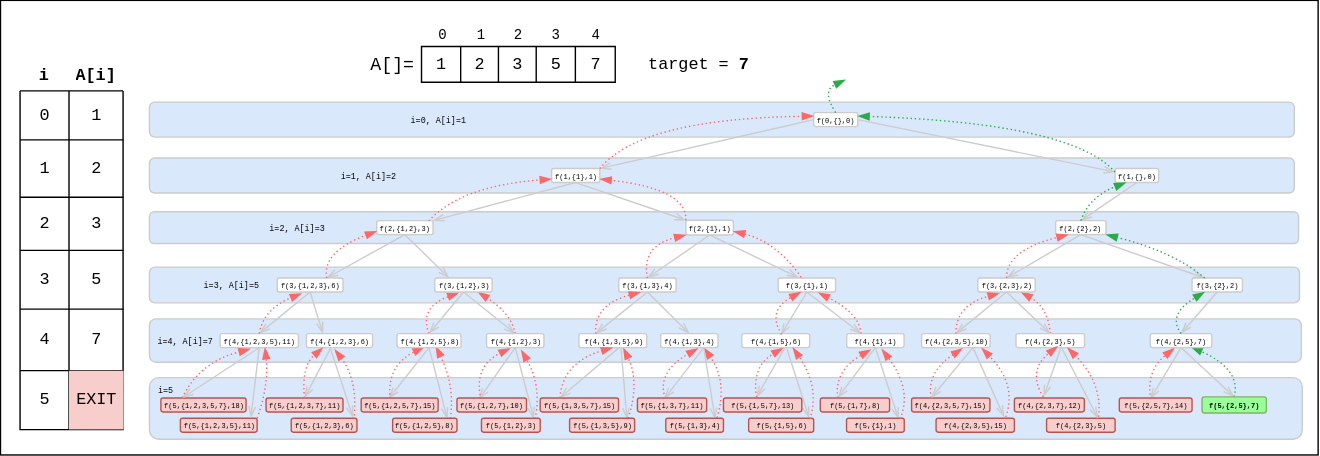
Before: public/diagrams/recursion-subequences-any-one.svg, a diagram exported from draw.io (datkumar/code-journal). Source tidied: cells renumbered, new cells last; positions are measured from the earlier drawing's top-left corner, leaving out a move shared by most shapes.
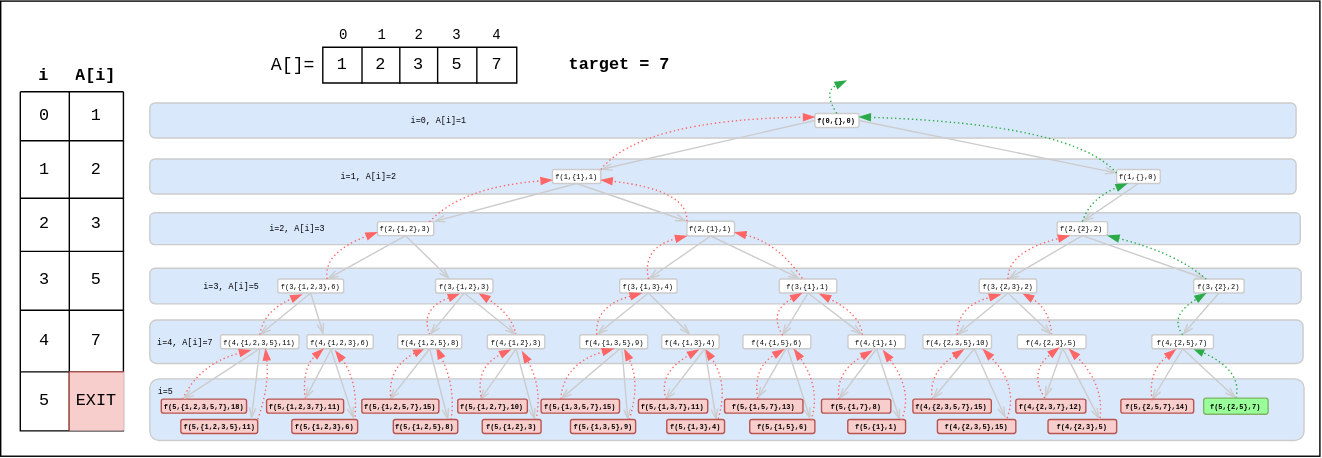
The same diagram one commit later.

The edit, as a diff of the source:
```diff
@@ -19,3 +19,3 @@
     </mxCell>
-    <mxCell id="7" value="f(0,{},0)" style="rounded=1;whiteSpace=wrap;html=1;fontFamily=monospace;fontSize=5;fontStyle=0;align=center;horizontal=1;verticalAlign=middle;strokeWidth=1;strokeColor=#CCCCCC;fontColor=light-dark(#000000,#000000);" parent="1" vertex="1">
+    <mxCell id="7" value="f(0,{},0)" style="rounded=1;whiteSpace=wrap;html=1;fontFamily=monospace;fontSize=5;fontStyle=1;align=center;horizontal=1;verticalAlign=middle;strokeWidth=1;strokeColor=#CCCCCC;fontColor=light-dark(#000000,#000000);" parent="1" vertex="1">
       <mxGeometry x="581.4" y="80.5" width="31.5" height="10" as="geometry" />
@@ -35,3 +35,3 @@
     <mxCell id="12" value="A[]=" style="text;html=1;align=center;verticalAlign=middle;whiteSpace=wrap;rounded=0;fontFamily=monospace;fontSize=13;fontColor=light-dark(#000000,#000000);" parent="1" vertex="1">
-      <mxGeometry x="260" y="35" width="40" height="22" as="geometry" />
+      <mxGeometry x="189" y="35" width="40" height="22" as="geometry" />
     </mxCell>
@@ -65,3 +65,3 @@
     <mxCell id="22" style="shape=table;startSize=0;fontFamily=monospace;verticalAlign=middle;align=center;fontColor=light-dark(#000000,#000000);" parent="1" vertex="1">
-      <mxGeometry x="301" y="33.2" width="138.5" height="25.5" as="geometry" />
+      <mxGeometry x="230" y="33.2" width="138.5" height="25.5" as="geometry" />
     </mxCell>
@@ -86,3 +86,3 @@
     <mxCell id="29" style="shape=table;startSize=0;strokeColor=none;fontFamily=monospace;fontSize=10;verticalAlign=middle;align=center;fontColor=light-dark(#000000,#000000);" parent="1" vertex="1">
-      <mxGeometry x="301.5" y="17" width="138" height="14" as="geometry" />
+      <mxGeometry x="230.5" y="17" width="138" height="14" as="geometry" />
     </mxCell>
@@ -106,4 +106,4 @@
     </mxCell>
-    <mxCell id="36" value="target = &lt;b&gt;7&lt;/b&gt;" style="text;html=1;align=center;verticalAlign=middle;whiteSpace=wrap;rounded=0;fontFamily=monospace;fontSize=12;fontColor=light-dark(#000000,#000000);" parent="1" vertex="1">
-      <mxGeometry x="453" y="35" width="92.2" height="22" as="geometry" />
+    <mxCell id="36" value="target = &lt;span&gt;7&lt;/span&gt;" style="text;html=1;align=center;verticalAlign=middle;whiteSpace=wrap;rounded=0;fontFamily=monospace;fontSize=12;fontColor=light-dark(#000000,#000000);fontStyle=1;" parent="1" vertex="1">
+      <mxGeometry x="396" y="35" width="92.2" height="22" as="geometry" />
     </mxCell>
@@ -130,6 +130,6 @@
     </mxCell>
-    <mxCell id="44" value="f(5,{1,2,3,5,7},18)" style="rounded=1;whiteSpace=wrap;html=1;fontFamily=monospace;fontSize=5;fontStyle=0;align=center;horizontal=1;verticalAlign=middle;strokeWidth=1;strokeColor=#b85450;fillColor=light-dark(#F8CECC,#F8CECC);fillStyle=solid;fontColor=light-dark(#000000,#000000);" parent="1" vertex="1">
+    <mxCell id="44" value="f(5,{1,2,3,5,7},18)" style="rounded=1;whiteSpace=wrap;html=1;fontFamily=monospace;fontSize=5;fontStyle=1;align=center;horizontal=1;verticalAlign=middle;strokeWidth=1;strokeColor=#b85450;fillColor=light-dark(#F8CECC,#F8CECC);fillStyle=solid;fontColor=light-dark(#000000,#000000);" parent="1" vertex="1">
       <mxGeometry x="114.7" y="284.5" width="60.9" height="10" as="geometry" />
     </mxCell>
-    <mxCell id="45" value="f(5,{1,2,3,5},11)" style="rounded=1;whiteSpace=wrap;html=1;fontFamily=monospace;fontSize=5;fontStyle=0;align=center;horizontal=1;verticalAlign=middle;strokeWidth=1;strokeColor=#b85450;fillColor=light-dark(#F8CECC,#F8CECC);fillStyle=solid;fontColor=light-dark(#000000,#000000);" parent="1" vertex="1">
+    <mxCell id="45" value="f(5,{1,2,3,5},11)" style="rounded=1;whiteSpace=wrap;html=1;fontFamily=monospace;fontSize=5;fontStyle=1;align=center;horizontal=1;verticalAlign=middle;strokeWidth=1;strokeColor=#b85450;fillColor=light-dark(#F8CECC,#F8CECC);fillStyle=solid;fontColor=light-dark(#000000,#000000);" parent="1" vertex="1">
       <mxGeometry x="128.6" y="299" width="54.9" height="10" as="geometry" />
@@ -139,3 +139,3 @@
     </mxCell>
-    <mxCell id="47" value="f(5,{1,2,3,7},11)" style="rounded=1;whiteSpace=wrap;html=1;fontFamily=monospace;fontSize=5;fontStyle=0;align=center;horizontal=1;verticalAlign=middle;strokeWidth=1;strokeColor=#b85450;fillColor=light-dark(#F8CECC,#F8CECC);fillStyle=solid;fontColor=light-dark(#000000,#000000);" parent="1" vertex="1">
+    <mxCell id="47" value="f(5,{1,2,3,7},11)" style="rounded=1;whiteSpace=wrap;html=1;fontFamily=monospace;fontSize=5;fontStyle=1;align=center;horizontal=1;verticalAlign=middle;strokeWidth=1;strokeColor=#b85450;fillColor=light-dark(#F8CECC,#F8CECC);fillStyle=solid;fontColor=light-dark(#000000,#000000);" parent="1" vertex="1">
       <mxGeometry x="189.9" y="284.5" width="55" height="10" as="geometry" />
@@ -163,3 +163,3 @@
     </mxCell>
-    <mxCell id="55" value="f(5,{1,2,3},6)" style="rounded=1;whiteSpace=wrap;html=1;fontFamily=monospace;fontSize=5;fontStyle=0;align=center;horizontal=1;verticalAlign=middle;strokeWidth=1;strokeColor=#b85450;fillColor=light-dark(#F8CECC,#F8CECC);fillStyle=solid;fontColor=light-dark(#000000,#000000);" parent="1" vertex="1">
+    <mxCell id="55" value="f(5,{1,2,3},6)" style="rounded=1;whiteSpace=wrap;html=1;fontFamily=monospace;fontSize=5;fontStyle=1;align=center;horizontal=1;verticalAlign=middle;strokeWidth=1;strokeColor=#b85450;fillColor=light-dark(#F8CECC,#F8CECC);fillStyle=solid;fontColor=light-dark(#000000,#000000);" parent="1" vertex="1">
       <mxGeometry x="207.9" y="299" width="47" height="10" as="geometry" />
@@ -323,6 +323,6 @@
     </mxCell>
-    <mxCell id="84" value="f(5,{1,2,5,7},15)" style="rounded=1;whiteSpace=wrap;html=1;fontFamily=monospace;fontSize=5;fontStyle=0;align=center;horizontal=1;verticalAlign=middle;strokeWidth=1;strokeColor=#b85450;fillColor=light-dark(#F8CECC,#F8CECC);fillStyle=solid;fontColor=light-dark(#000000,#000000);" parent="1" vertex="1">
+    <mxCell id="84" value="f(5,{1,2,5,7},15)" style="rounded=1;whiteSpace=wrap;html=1;fontFamily=monospace;fontSize=5;fontStyle=1;align=center;horizontal=1;verticalAlign=middle;strokeWidth=1;strokeColor=#b85450;fillColor=light-dark(#F8CECC,#F8CECC);fillStyle=solid;fontColor=light-dark(#000000,#000000);" parent="1" vertex="1">
       <mxGeometry x="257.9" y="284.5" width="55" height="10" as="geometry" />
     </mxCell>
-    <mxCell id="85" value="f(5,{1,2,5},8)" style="rounded=1;whiteSpace=wrap;html=1;fontFamily=monospace;fontSize=5;fontStyle=0;align=center;horizontal=1;verticalAlign=middle;strokeWidth=1;strokeColor=#b85450;fillColor=light-dark(#F8CECC,#F8CECC);fillStyle=solid;fontColor=light-dark(#000000,#000000);" parent="1" vertex="1">
+    <mxCell id="85" value="f(5,{1,2,5},8)" style="rounded=1;whiteSpace=wrap;html=1;fontFamily=monospace;fontSize=5;fontStyle=1;align=center;horizontal=1;verticalAlign=middle;strokeWidth=1;strokeColor=#b85450;fillColor=light-dark(#F8CECC,#F8CECC);fillStyle=solid;fontColor=light-dark(#000000,#000000);" parent="1" vertex="1">
       <mxGeometry x="280.4" y="299" width="46" height="10" as="geometry" />
@@ -332,6 +332,6 @@
     </mxCell>
-    <mxCell id="87" value="f(5,{1,2,7},10)" style="rounded=1;whiteSpace=wrap;html=1;fontFamily=monospace;fontSize=5;fontStyle=0;align=center;horizontal=1;verticalAlign=middle;strokeWidth=1;strokeColor=#b85450;fillColor=light-dark(#F8CECC,#F8CECC);fillStyle=solid;fontColor=light-dark(#000000,#000000);" parent="1" vertex="1">
+    <mxCell id="87" value="f(5,{1,2,7},10)" style="rounded=1;whiteSpace=wrap;html=1;fontFamily=monospace;fontSize=5;fontStyle=1;align=center;horizontal=1;verticalAlign=middle;strokeWidth=1;strokeColor=#b85450;fillColor=light-dark(#F8CECC,#F8CECC);fillStyle=solid;fontColor=light-dark(#000000,#000000);" parent="1" vertex="1">
       <mxGeometry x="326.4" y="284.5" width="49.7" height="10" as="geometry" />
     </mxCell>
-    <mxCell id="88" value="f(5,{1,2},3)" style="rounded=1;whiteSpace=wrap;html=1;fontFamily=monospace;fontSize=5;fontStyle=0;align=center;horizontal=1;verticalAlign=middle;strokeWidth=1;strokeColor=#b85450;fillColor=light-dark(#F8CECC,#F8CECC);fillStyle=solid;fontColor=light-dark(#000000,#000000);" parent="1" vertex="1">
+    <mxCell id="88" value="f(5,{1,2},3)" style="rounded=1;whiteSpace=wrap;html=1;fontFamily=monospace;fontSize=5;fontStyle=1;align=center;horizontal=1;verticalAlign=middle;strokeWidth=1;strokeColor=#b85450;fillColor=light-dark(#F8CECC,#F8CECC);fillStyle=solid;fontColor=light-dark(#000000,#000000);" parent="1" vertex="1">
       <mxGeometry x="343.9" y="299" width="42" height="10" as="geometry" />
@@ -365,6 +365,6 @@
     </mxCell>
-    <mxCell id="98" value="f(5,{1,3,5},9)" style="rounded=1;whiteSpace=wrap;html=1;fontFamily=monospace;fontSize=5;fontStyle=0;align=center;horizontal=1;verticalAlign=middle;strokeWidth=1;strokeColor=#b85450;fillColor=light-dark(#F8CECC,#F8CECC);fillStyle=solid;fontColor=light-dark(#000000,#000000);" parent="1" vertex="1">
+    <mxCell id="98" value="f(5,{1,3,5},9)" style="rounded=1;whiteSpace=wrap;html=1;fontFamily=monospace;fontSize=5;fontStyle=1;align=center;horizontal=1;verticalAlign=middle;strokeWidth=1;strokeColor=#b85450;fillColor=light-dark(#F8CECC,#F8CECC);fillStyle=solid;fontColor=light-dark(#000000,#000000);" parent="1" vertex="1">
       <mxGeometry x="406.9" y="299" width="46.5" height="10" as="geometry" />
     </mxCell>
-    <mxCell id="99" value="f(5,{1,3,5,7},15)" style="rounded=1;whiteSpace=wrap;html=1;fontFamily=monospace;fontSize=5;fontStyle=0;align=center;horizontal=1;verticalAlign=middle;strokeWidth=1;strokeColor=#b85450;fillColor=light-dark(#F8CECC,#F8CECC);fillStyle=solid;fontColor=light-dark(#000000,#000000);" parent="1" vertex="1">
+    <mxCell id="99" value="f(5,{1,3,5,7},15)" style="rounded=1;whiteSpace=wrap;html=1;fontFamily=monospace;fontSize=5;fontStyle=1;align=center;horizontal=1;verticalAlign=middle;strokeWidth=1;strokeColor=#b85450;fillColor=light-dark(#F8CECC,#F8CECC);fillStyle=solid;fontColor=light-dark(#000000,#000000);" parent="1" vertex="1">
       <mxGeometry x="385.9" y="284.5" width="56" height="10" as="geometry" />
@@ -374,6 +374,6 @@
     </mxCell>
-    <mxCell id="101" value="f(5,{1,3,7},11)" style="rounded=1;whiteSpace=wrap;html=1;fontFamily=monospace;fontSize=5;fontStyle=0;align=center;horizontal=1;verticalAlign=middle;strokeWidth=1;strokeColor=#b85450;fillColor=light-dark(#F8CECC,#F8CECC);fillStyle=solid;fontColor=light-dark(#000000,#000000);" parent="1" vertex="1">
+    <mxCell id="101" value="f(5,{1,3,7},11)" style="rounded=1;whiteSpace=wrap;html=1;fontFamily=monospace;fontSize=5;fontStyle=1;align=center;horizontal=1;verticalAlign=middle;strokeWidth=1;strokeColor=#b85450;fillColor=light-dark(#F8CECC,#F8CECC);fillStyle=solid;fontColor=light-dark(#000000,#000000);" parent="1" vertex="1">
       <mxGeometry x="455.4" y="284.5" width="49.5" height="10" as="geometry" />
     </mxCell>
-    <mxCell id="102" value="f(5,{1,3},4)" style="rounded=1;whiteSpace=wrap;html=1;fontFamily=monospace;fontSize=5;fontStyle=0;align=center;horizontal=1;verticalAlign=middle;strokeWidth=1;strokeColor=#b85450;fillColor=light-dark(#F8CECC,#F8CECC);fillStyle=solid;fontColor=light-dark(#000000,#000000);" parent="1" vertex="1">
+    <mxCell id="102" value="f(5,{1,3},4)" style="rounded=1;whiteSpace=wrap;html=1;fontFamily=monospace;fontSize=5;fontStyle=1;align=center;horizontal=1;verticalAlign=middle;strokeWidth=1;strokeColor=#b85450;fillColor=light-dark(#F8CECC,#F8CECC);fillStyle=solid;fontColor=light-dark(#000000,#000000);" parent="1" vertex="1">
       <mxGeometry x="475.6" y="299" width="41.2" height="10" as="geometry" />
@@ -401,6 +401,6 @@
     </mxCell>
-    <mxCell id="110" value="f(5,{1,5},6)" style="rounded=1;whiteSpace=wrap;html=1;fontFamily=monospace;fontSize=5;fontStyle=0;align=center;horizontal=1;verticalAlign=middle;strokeWidth=1;strokeColor=#b85450;fillColor=light-dark(#F8CECC,#F8CECC);fillStyle=solid;fontColor=light-dark(#000000,#000000);" parent="1" vertex="1">
+    <mxCell id="110" value="f(5,{1,5},6)" style="rounded=1;whiteSpace=wrap;html=1;fontFamily=monospace;fontSize=5;fontStyle=1;align=center;horizontal=1;verticalAlign=middle;strokeWidth=1;strokeColor=#b85450;fillColor=light-dark(#F8CECC,#F8CECC);fillStyle=solid;fontColor=light-dark(#000000,#000000);" parent="1" vertex="1">
       <mxGeometry x="534.9" y="299" width="46.5" height="10" as="geometry" />
     </mxCell>
-    <mxCell id="111" value="f(5,{1,5,7},13)" style="rounded=1;whiteSpace=wrap;html=1;fontFamily=monospace;fontSize=5;fontStyle=0;align=center;horizontal=1;verticalAlign=middle;strokeWidth=1;strokeColor=#b85450;fillColor=light-dark(#F8CECC,#F8CECC);fillStyle=solid;fontColor=light-dark(#000000,#000000);" parent="1" vertex="1">
+    <mxCell id="111" value="f(5,{1,5,7},13)" style="rounded=1;whiteSpace=wrap;html=1;fontFamily=monospace;fontSize=5;fontStyle=1;align=center;horizontal=1;verticalAlign=middle;strokeWidth=1;strokeColor=#b85450;fillColor=light-dark(#F8CECC,#F8CECC);fillStyle=solid;fontColor=light-dark(#000000,#000000);" parent="1" vertex="1">
       <mxGeometry x="516.9" y="284.5" width="56" height="10" as="geometry" />
@@ -410,6 +410,6 @@
     </mxCell>
-    <mxCell id="113" value="f(5,{1,7},8)" style="rounded=1;whiteSpace=wrap;html=1;fontFamily=monospace;fontSize=5;fontStyle=0;align=center;horizontal=1;verticalAlign=middle;strokeWidth=1;strokeColor=#b85450;fillColor=light-dark(#F8CECC,#F8CECC);fillStyle=solid;fontColor=light-dark(#000000,#000000);" parent="1" vertex="1">
+    <mxCell id="113" value="f(5,{1,7},8)" style="rounded=1;whiteSpace=wrap;html=1;fontFamily=monospace;fontSize=5;fontStyle=1;align=center;horizontal=1;verticalAlign=middle;strokeWidth=1;strokeColor=#b85450;fillColor=light-dark(#F8CECC,#F8CECC);fillStyle=solid;fontColor=light-dark(#000000,#000000);" parent="1" vertex="1">
       <mxGeometry x="586.1" y="284.5" width="49.5" height="10" as="geometry" />
     </mxCell>
-    <mxCell id="114" value="f(5,{1},1)" style="rounded=1;whiteSpace=wrap;html=1;fontFamily=monospace;fontSize=5;fontStyle=0;align=center;horizontal=1;verticalAlign=middle;strokeWidth=1;strokeColor=#b85450;fillColor=light-dark(#F8CECC,#F8CECC);fillStyle=solid;fontColor=light-dark(#000000,#000000);" parent="1" vertex="1">
+    <mxCell id="114" value="f(5,{1},1)" style="rounded=1;whiteSpace=wrap;html=1;fontFamily=monospace;fontSize=5;fontStyle=1;align=center;horizontal=1;verticalAlign=middle;strokeWidth=1;strokeColor=#b85450;fillColor=light-dark(#F8CECC,#F8CECC);fillStyle=solid;fontColor=light-dark(#000000,#000000);" parent="1" vertex="1">
       <mxGeometry x="604.9" y="299" width="41.2" height="10" as="geometry" />
@@ -425,6 +425,6 @@
     </mxCell>
-    <mxCell id="118" value="f(4,{2,3,5,7},15)" style="rounded=1;whiteSpace=wrap;html=1;fontFamily=monospace;fontSize=5;fontStyle=0;align=center;horizontal=1;verticalAlign=middle;strokeWidth=1;strokeColor=#b85450;fillColor=light-dark(#F8CECC,#F8CECC);fillStyle=solid;fontColor=light-dark(#000000,#000000);" parent="1" vertex="1">
+    <mxCell id="118" value="f(4,{2,3,5,7},15)" style="rounded=1;whiteSpace=wrap;html=1;fontFamily=monospace;fontSize=5;fontStyle=1;align=center;horizontal=1;verticalAlign=middle;strokeWidth=1;strokeColor=#b85450;fillColor=light-dark(#F8CECC,#F8CECC);fillStyle=solid;fontColor=light-dark(#000000,#000000);" parent="1" vertex="1">
       <mxGeometry x="651.4" y="284.5" width="56" height="10" as="geometry" />
     </mxCell>
-    <mxCell id="119" value="f(4,{2,3,5},15)" style="rounded=1;whiteSpace=wrap;html=1;fontFamily=monospace;fontSize=5;fontStyle=0;align=center;horizontal=1;verticalAlign=middle;strokeWidth=1;strokeColor=#b85450;fillColor=light-dark(#F8CECC,#F8CECC);fillStyle=solid;fontColor=light-dark(#000000,#000000);" parent="1" vertex="1">
+    <mxCell id="119" value="f(4,{2,3,5},15)" style="rounded=1;whiteSpace=wrap;html=1;fontFamily=monospace;fontSize=5;fontStyle=1;align=center;horizontal=1;verticalAlign=middle;strokeWidth=1;strokeColor=#b85450;fillColor=light-dark(#F8CECC,#F8CECC);fillStyle=solid;fontColor=light-dark(#000000,#000000);" parent="1" vertex="1">
       <mxGeometry x="668.9" y="299" width="56" height="10" as="geometry" />
@@ -434,6 +434,6 @@
     </mxCell>
-    <mxCell id="121" value="f(4,{2,3,7},12)" style="rounded=1;whiteSpace=wrap;html=1;fontFamily=monospace;fontSize=5;fontStyle=0;align=center;horizontal=1;verticalAlign=middle;strokeWidth=1;strokeColor=#b85450;fillColor=light-dark(#F8CECC,#F8CECC);fillStyle=solid;fontColor=light-dark(#000000,#000000);" parent="1" vertex="1">
+    <mxCell id="121" value="f(4,{2,3,7},12)" style="rounded=1;whiteSpace=wrap;html=1;fontFamily=monospace;fontSize=5;fontStyle=1;align=center;horizontal=1;verticalAlign=middle;strokeWidth=1;strokeColor=#b85450;fillColor=light-dark(#F8CECC,#F8CECC);fillStyle=solid;fontColor=light-dark(#000000,#000000);" parent="1" vertex="1">
       <mxGeometry x="724.9" y="284.5" width="50" height="10" as="geometry" />
     </mxCell>
-    <mxCell id="122" value="f(4,{2,3},5)" style="rounded=1;whiteSpace=wrap;html=1;fontFamily=monospace;fontSize=5;fontStyle=0;align=center;horizontal=1;verticalAlign=middle;strokeWidth=1;strokeColor=#b85450;fillColor=light-dark(#F8CECC,#F8CECC);fillStyle=solid;fontColor=light-dark(#000000,#000000);" parent="1" vertex="1">
+    <mxCell id="122" value="f(4,{2,3},5)" style="rounded=1;whiteSpace=wrap;html=1;fontFamily=monospace;fontSize=5;fontStyle=1;align=center;horizontal=1;verticalAlign=middle;strokeWidth=1;strokeColor=#b85450;fillColor=light-dark(#F8CECC,#F8CECC);fillStyle=solid;fontColor=light-dark(#000000,#000000);" parent="1" vertex="1">
       <mxGeometry x="747.9" y="299" width="49" height="10" as="geometry" />
@@ -479,6 +479,6 @@
     </mxCell>
-    <mxCell id="136" value="f(5,{2,5,7},14)" style="rounded=1;whiteSpace=wrap;html=1;fontFamily=monospace;fontSize=5;fontStyle=0;align=center;horizontal=1;verticalAlign=middle;strokeWidth=1;strokeColor=#b85450;fillColor=light-dark(#F8CECC,#F8CECC);fillStyle=solid;fontColor=light-dark(#000000,#000000);" parent="1" vertex="1">
+    <mxCell id="136" value="f(5,{2,5,7},14)" style="rounded=1;whiteSpace=wrap;html=1;fontFamily=monospace;fontSize=5;fontStyle=1;align=center;horizontal=1;verticalAlign=middle;strokeWidth=1;strokeColor=#b85450;fillColor=light-dark(#F8CECC,#F8CECC);fillStyle=solid;fontColor=light-dark(#000000,#000000);" parent="1" vertex="1">
       <mxGeometry x="799.9" y="284.5" width="52" height="10" as="geometry" />
     </mxCell>
-    <mxCell id="137" value="f(5,{2,5},7)" style="rounded=1;whiteSpace=wrap;html=1;fontFamily=monospace;fontSize=5;fontStyle=1;align=center;horizontal=1;verticalAlign=middle;strokeWidth=1;strokeColor=#82b366;fillColor=light-dark(#99FF99,#99FF99);fillStyle=solid;" parent="1" vertex="1">
+    <mxCell id="137" value="f(5,{2,5},7)" style="rounded=1;whiteSpace=wrap;html=1;fontFamily=monospace;fontSize=5;fontStyle=1;align=center;horizontal=1;verticalAlign=middle;strokeWidth=1;strokeColor=#82b366;fillColor=light-dark(#99FF99,#99FF99);fillStyle=solid;fontColor=light-dark(#000000,#000000);" parent="1" vertex="1">
       <mxGeometry x="859" y="283.8" width="46" height="11.5" as="geometry" />
```
